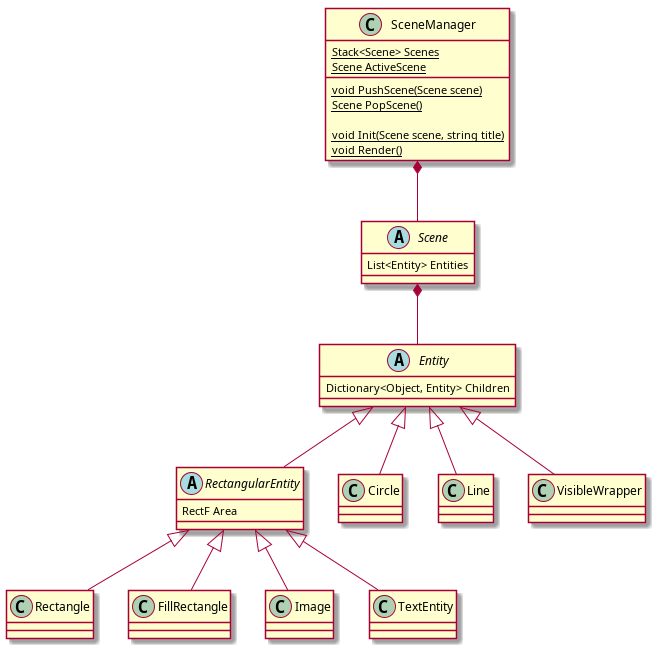
Before: documentation/entities.png, a diagram exported from PlantUML (josenunocardoso/SceneDisplayer).
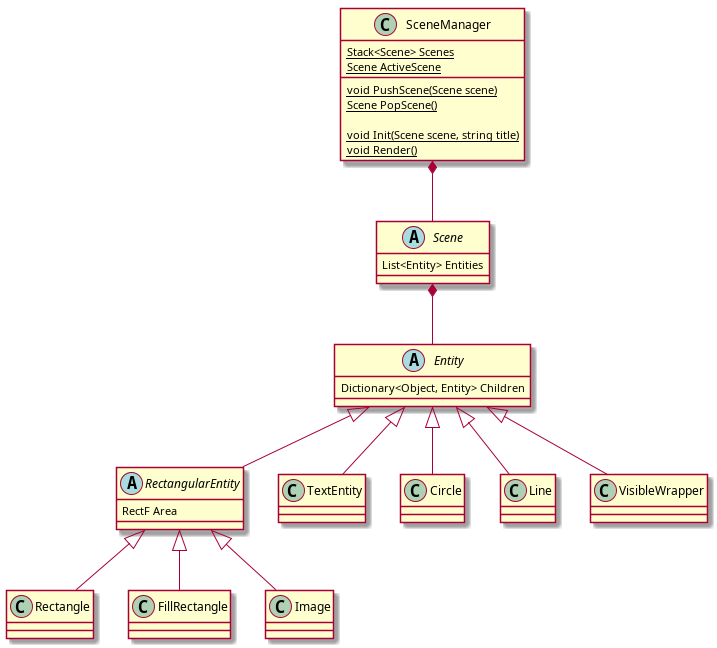
Above is the later version.

What changed in the source:
```diff
@@ -25,7 +25,7 @@
 RectangularEntity <|-- Rectangle
 RectangularEntity <|-- FillRectangle
 RectangularEntity <|-- Image
-RectangularEntity <|-- TextEntity
+Entity <|-- TextEntity
 Entity <|-- Circle
 Entity <|-- Line
 Entity <|-- VisibleWrapper
```
